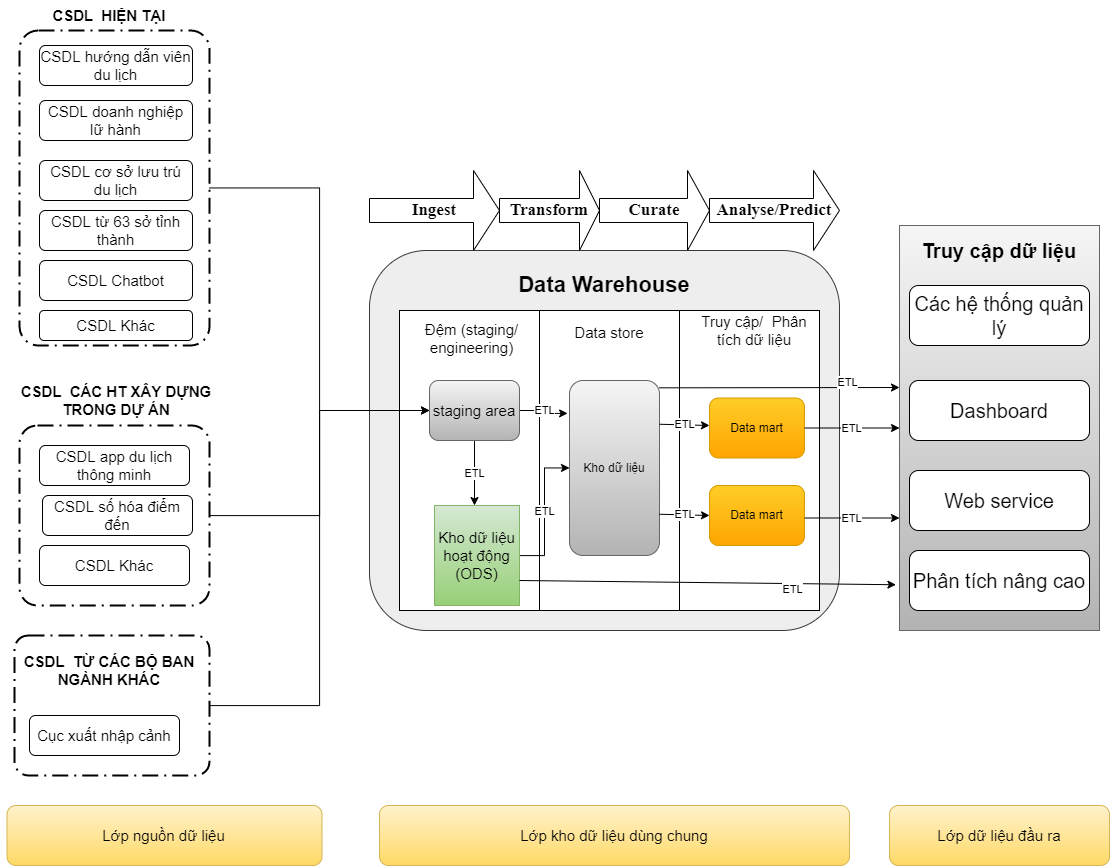
letheanh12345/Draw-io keeps this draw.io diagram as tcdl-KHO_TCDL.drawio.png. Above is the earlier version. Source tidied: cells renumbered, new cells last; positions are measured from the earlier drawing's top-left corner, leaving out a move shared by most shapes.
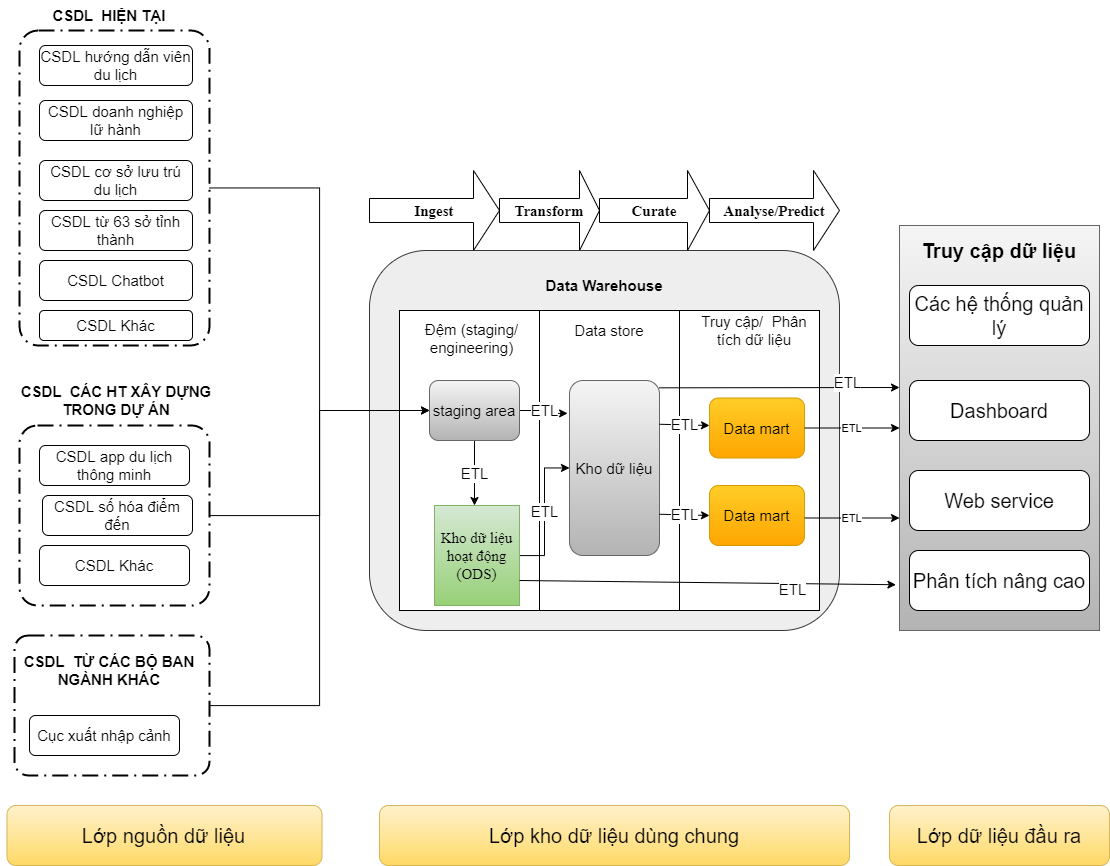
Above is the later version.

Change to the diagram source:
```diff
@@ -5,25 +5,25 @@
     <mxCell id="2" style="edgeStyle=orthogonalEdgeStyle;rounded=0;jettySize=auto;html=1;entryX=0;entryY=0.5;entryDx=0;entryDy=0;" parent="1" edge="1" source="3" target="41">
       <mxGeometry relative="1" as="geometry" />
     </mxCell>
-    <mxCell id="3" style="points=[[0.25,0,0],[0.5,0,0],[0.75,0,0],[1,0.25,0],[1,0.5,0],[1,0.75,0],[0.75,1,0],[0.5,1,0],[0.25,1,0],[0,0.75,0],[0,0.5,0],[0,0.25,0]];rounded=1;arcSize=10;dashed=1;strokeColor=#000000;fillColor=none;gradientColor=none;dashPattern=8 3 1 3;strokeWidth=2;fontStyle=1;fontSize=20;" parent="1" vertex="1">
+    <mxCell id="3" style="points=[[0.25,0,0],[0.5,0,0],[0.75,0,0],[1,0.25,0],[1,0.5,0],[1,0.75,0],[0.75,1,0],[0.5,1,0],[0.25,1,0],[0,0.75,0],[0,0.5,0],[0,0.25,0]];rounded=1;arcSize=10;dashed=1;strokeColor=#000000;fillColor=none;gradientColor=none;dashPattern=8 3 1 3;strokeWidth=2;fontStyle=1;fontSize=15;" parent="1" vertex="1">
       <mxGeometry x="18" y="30" width="190" height="315" as="geometry" />
     </mxCell>
-    <mxCell id="4" style="rounded=1;whiteSpace=wrap;html=1;fillColor=#eeeeee;strokeColor=#36393d;" parent="1" vertex="1">
+    <mxCell id="4" style="rounded=1;whiteSpace=wrap;html=1;fillColor=#eeeeee;strokeColor=#36393d;fontSize=15;" parent="1" vertex="1">
       <mxGeometry x="368" y="250" width="470" height="380" as="geometry" />
     </mxCell>
-    <mxCell id="5" value="&lt;font style=&quot;font-size: 22px&quot;&gt;&lt;b&gt;Data Warehouse&lt;/b&gt;&lt;/font&gt;" style="text;html=1;strokeColor=none;fillColor=none;align=center;verticalAlign=middle;whiteSpace=wrap;rounded=0;" parent="1" vertex="1">
+    <mxCell id="5" value="&lt;font style=&quot;font-size: 15px;&quot;&gt;&lt;b style=&quot;font-size: 15px;&quot;&gt;Data Warehouse&lt;/b&gt;&lt;/font&gt;" style="text;html=1;strokeColor=none;fillColor=none;align=center;verticalAlign=middle;whiteSpace=wrap;rounded=0;fontSize=15;" parent="1" vertex="1">
       <mxGeometry x="388" y="270" width="430" height="30" as="geometry" />
     </mxCell>
-    <mxCell id="6" value="&lt;b&gt;&lt;font style=&quot;font-size: 17px;&quot;&gt;Ingest&lt;/font&gt;&lt;/b&gt;" style="shape=singleArrow;whiteSpace=wrap;html=1;fontFamily=Times New Roman;fontSize=14;" parent="1" vertex="1">
+    <mxCell id="6" value="&lt;b style=&quot;font-size: 15px;&quot;&gt;&lt;font style=&quot;font-size: 15px;&quot;&gt;Ingest&lt;/font&gt;&lt;/b&gt;" style="shape=singleArrow;whiteSpace=wrap;html=1;fontFamily=Times New Roman;fontSize=15;" parent="1" vertex="1">
       <mxGeometry x="368" y="170" width="130" height="80" as="geometry" />
     </mxCell>
-    <mxCell id="7" value="&lt;b&gt;&lt;font style=&quot;font-size: 17px;&quot;&gt;Transform&lt;/font&gt;&lt;/b&gt;" style="shape=singleArrow;whiteSpace=wrap;html=1;fontFamily=Times New Roman;fontSize=14;" parent="1" vertex="1">
+    <mxCell id="7" value="&lt;b style=&quot;font-size: 15px;&quot;&gt;&lt;font style=&quot;font-size: 15px;&quot;&gt;Transform&lt;/font&gt;&lt;/b&gt;" style="shape=singleArrow;whiteSpace=wrap;html=1;fontFamily=Times New Roman;fontSize=15;" parent="1" vertex="1">
       <mxGeometry x="498" y="170" width="100" height="80" as="geometry" />
     </mxCell>
-    <mxCell id="8" value="&lt;b&gt;&lt;font style=&quot;font-size: 17px;&quot;&gt;Curate&lt;/font&gt;&lt;/b&gt;" style="shape=singleArrow;whiteSpace=wrap;html=1;fontFamily=Times New Roman;fontSize=14;" parent="1" vertex="1">
+    <mxCell id="8" value="&lt;b style=&quot;font-size: 15px;&quot;&gt;&lt;font style=&quot;font-size: 15px;&quot;&gt;Curate&lt;/font&gt;&lt;/b&gt;" style="shape=singleArrow;whiteSpace=wrap;html=1;fontFamily=Times New Roman;fontSize=15;" parent="1" vertex="1">
       <mxGeometry x="598" y="170" width="110" height="80" as="geometry" />
     </mxCell>
-    <mxCell id="9" value="&lt;b&gt;&lt;font style=&quot;font-size: 17px;&quot;&gt;Analyse/Predict&lt;/font&gt;&lt;/b&gt;" style="shape=singleArrow;whiteSpace=wrap;html=1;fontFamily=Times New Roman;fontSize=14;" parent="1" vertex="1">
+    <mxCell id="9" value="&lt;b style=&quot;font-size: 15px;&quot;&gt;&lt;font style=&quot;font-size: 15px;&quot;&gt;Analyse/Predict&lt;/font&gt;&lt;/b&gt;" style="shape=singleArrow;whiteSpace=wrap;html=1;fontFamily=Times New Roman;fontSize=15;" parent="1" vertex="1">
       <mxGeometry x="708" y="170" width="130" height="80" as="geometry" />
     </mxCell>
     <mxCell id="10" style="rounded=0;whiteSpace=wrap;html=1;fontSize=15;" parent="1" vertex="1">
@@ -32,10 +32,10 @@
     <mxCell id="11" value="Đệm (staging/ engineering)" style="text;html=1;strokeColor=none;fillColor=none;align=center;verticalAlign=middle;whiteSpace=wrap;rounded=0;fontSize=15;" parent="1" vertex="1">
       <mxGeometry x="403" y="315" width="135" height="45" as="geometry" />
     </mxCell>
-    <mxCell id="12" style="rounded=0;whiteSpace=wrap;html=1;fontSize=20;" parent="1" vertex="1">
+    <mxCell id="12" style="rounded=0;whiteSpace=wrap;html=1;fontSize=15;" parent="1" vertex="1">
       <mxGeometry x="538" y="310" width="140" height="300" as="geometry" />
     </mxCell>
-    <mxCell id="13" value="&lt;font style=&quot;font-size: 15px;&quot;&gt;Data store&lt;/font&gt;" style="text;html=1;strokeColor=none;fillColor=none;align=center;verticalAlign=middle;whiteSpace=wrap;rounded=0;fontSize=20;" parent="1" vertex="1">
+    <mxCell id="13" value="&lt;font style=&quot;font-size: 15px;&quot;&gt;Data store&lt;/font&gt;" style="text;html=1;strokeColor=none;fillColor=none;align=center;verticalAlign=middle;whiteSpace=wrap;rounded=0;fontSize=15;" parent="1" vertex="1">
       <mxGeometry x="548" y="315" width="120" height="30" as="geometry" />
     </mxCell>
     <mxCell id="14" style="rounded=0;whiteSpace=wrap;html=1;fontSize=15;" parent="1" vertex="1">
@@ -44,34 +44,34 @@
     <mxCell id="15" value="Truy cập/&amp;nbsp; Phân tích dữ liệu" style="text;html=1;strokeColor=none;fillColor=none;align=center;verticalAlign=middle;whiteSpace=wrap;rounded=0;fontSize=15;" parent="1" vertex="1">
       <mxGeometry x="688" y="315" width="130" height="30" as="geometry" />
     </mxCell>
-    <mxCell id="16" value="&lt;font style=&quot;font-size: 15px;&quot;&gt;CSDL hướng dẫn viên du lịch&lt;/font&gt;" style="rounded=1;whiteSpace=wrap;html=1;" parent="1" vertex="1">
+    <mxCell id="16" value="&lt;font style=&quot;font-size: 15px;&quot;&gt;CSDL hướng dẫn viên du lịch&lt;/font&gt;" style="rounded=1;whiteSpace=wrap;html=1;fontSize=15;" parent="1" vertex="1">
       <mxGeometry x="38" y="45" width="153" height="40" as="geometry" />
     </mxCell>
-    <mxCell id="17" value="&lt;font style=&quot;font-size: 15px;&quot;&gt;CSDL doanh nghiệp lữ hành&lt;/font&gt;" style="rounded=1;whiteSpace=wrap;html=1;" parent="1" vertex="1">
+    <mxCell id="17" value="&lt;font style=&quot;font-size: 15px;&quot;&gt;CSDL doanh nghiệp lữ hành&lt;/font&gt;" style="rounded=1;whiteSpace=wrap;html=1;fontSize=15;" parent="1" vertex="1">
       <mxGeometry x="38" y="100" width="153" height="40" as="geometry" />
     </mxCell>
-    <mxCell id="18" value="&lt;font style=&quot;font-size: 15px;&quot;&gt;CSDL Khác&lt;/font&gt;" style="rounded=1;whiteSpace=wrap;html=1;" parent="1" vertex="1">
+    <mxCell id="18" value="&lt;font style=&quot;font-size: 15px;&quot;&gt;CSDL Khác&lt;/font&gt;" style="rounded=1;whiteSpace=wrap;html=1;fontSize=15;" parent="1" vertex="1">
       <mxGeometry x="38" y="310" width="153" height="30" as="geometry" />
     </mxCell>
-    <mxCell id="19" value="&lt;font style=&quot;font-size: 15px;&quot;&gt;CSDL cơ sở lưu trú du lịch&lt;/font&gt;" style="rounded=1;whiteSpace=wrap;html=1;" parent="1" vertex="1">
+    <mxCell id="19" value="&lt;font style=&quot;font-size: 15px;&quot;&gt;CSDL cơ sở lưu trú du lịch&lt;/font&gt;" style="rounded=1;whiteSpace=wrap;html=1;fontSize=15;" parent="1" vertex="1">
       <mxGeometry x="38" y="160" width="153" height="40" as="geometry" />
     </mxCell>
-    <mxCell id="20" value="&lt;font style=&quot;font-size: 15px;&quot;&gt;CSDL Chatbot&lt;/font&gt;" style="rounded=1;whiteSpace=wrap;html=1;" parent="1" vertex="1">
+    <mxCell id="20" value="&lt;font style=&quot;font-size: 15px;&quot;&gt;CSDL Chatbot&lt;/font&gt;" style="rounded=1;whiteSpace=wrap;html=1;fontSize=15;" parent="1" vertex="1">
       <mxGeometry x="38" y="260" width="153" height="40" as="geometry" />
     </mxCell>
-    <mxCell id="21" value="&lt;font style=&quot;font-size: 15px;&quot;&gt;CSDL từ 63 sở tỉnh thành&lt;/font&gt;" style="rounded=1;whiteSpace=wrap;html=1;" parent="1" vertex="1">
+    <mxCell id="21" value="&lt;font style=&quot;font-size: 15px;&quot;&gt;CSDL từ 63 sở tỉnh thành&lt;/font&gt;" style="rounded=1;whiteSpace=wrap;html=1;fontSize=15;" parent="1" vertex="1">
       <mxGeometry x="38" y="210" width="153" height="40" as="geometry" />
     </mxCell>
     <mxCell id="22" style="edgeStyle=orthogonalEdgeStyle;rounded=0;jettySize=auto;html=1;entryX=0;entryY=0.5;entryDx=0;entryDy=0;" parent="1" edge="1" source="23" target="41">
       <mxGeometry relative="1" as="geometry" />
     </mxCell>
-    <mxCell id="23" style="points=[[0.25,0,0],[0.5,0,0],[0.75,0,0],[1,0.25,0],[1,0.5,0],[1,0.75,0],[0.75,1,0],[0.5,1,0],[0.25,1,0],[0,0.75,0],[0,0.5,0],[0,0.25,0]];rounded=1;arcSize=10;dashed=1;strokeColor=#000000;fillColor=none;gradientColor=none;dashPattern=8 3 1 3;strokeWidth=2;fontStyle=1;fontSize=20;" parent="1" vertex="1">
+    <mxCell id="23" style="points=[[0.25,0,0],[0.5,0,0],[0.75,0,0],[1,0.25,0],[1,0.5,0],[1,0.75,0],[0.75,1,0],[0.5,1,0],[0.25,1,0],[0,0.75,0],[0,0.5,0],[0,0.25,0]];rounded=1;arcSize=10;dashed=1;strokeColor=#000000;fillColor=none;gradientColor=none;dashPattern=8 3 1 3;strokeWidth=2;fontStyle=1;fontSize=15;" parent="1" vertex="1">
       <mxGeometry x="18" y="425" width="190" height="180" as="geometry" />
     </mxCell>
-    <mxCell id="24" value="&lt;b&gt;&lt;font style=&quot;font-size: 15px;&quot;&gt;CSDL&amp;nbsp; HIỆN TẠI&lt;/font&gt;&lt;/b&gt;" style="text;html=1;strokeColor=none;fillColor=none;align=center;verticalAlign=middle;whiteSpace=wrap;rounded=0;" parent="1" vertex="1">
+    <mxCell id="24" value="&lt;b style=&quot;font-size: 15px;&quot;&gt;&lt;font style=&quot;font-size: 15px;&quot;&gt;CSDL&amp;nbsp; HIỆN TẠI&lt;/font&gt;&lt;/b&gt;" style="text;html=1;strokeColor=none;fillColor=none;align=center;verticalAlign=middle;whiteSpace=wrap;rounded=0;fontSize=15;" parent="1" vertex="1">
       <mxGeometry x="48" width="120" height="30" as="geometry" />
     </mxCell>
-    <mxCell id="25" value="&lt;b&gt;&lt;font style=&quot;font-size: 15px;&quot;&gt;CSDL&amp;nbsp; CÁC HT XÂY DỰNG TRONG DỰ ÁN&lt;/font&gt;&lt;/b&gt;" style="text;html=1;strokeColor=none;fillColor=none;align=center;verticalAlign=middle;whiteSpace=wrap;rounded=0;" parent="1" vertex="1">
+    <mxCell id="25" value="&lt;b style=&quot;font-size: 15px;&quot;&gt;&lt;font style=&quot;font-size: 15px;&quot;&gt;CSDL&amp;nbsp; CÁC HT XÂY DỰNG TRONG DỰ ÁN&lt;/font&gt;&lt;/b&gt;" style="text;html=1;strokeColor=none;fillColor=none;align=center;verticalAlign=middle;whiteSpace=wrap;rounded=0;fontSize=15;" parent="1" vertex="1">
       <mxGeometry x="-0.5" y="385" width="230" height="30" as="geometry" />
     </mxCell>
     <mxCell id="26" value="CSDL app du lịch thông minh" style="rounded=1;whiteSpace=wrap;html=1;fontSize=15;" parent="1" vertex="1">
@@ -86,10 +86,10 @@
     <mxCell id="29" style="edgeStyle=orthogonalEdgeStyle;rounded=0;jettySize=auto;html=1;entryX=0;entryY=0.5;entryDx=0;entryDy=0;" parent="1" edge="1" source="30" target="41">
       <mxGeometry relative="1" as="geometry" />
     </mxCell>
-    <mxCell id="30" style="points=[[0.25,0,0],[0.5,0,0],[0.75,0,0],[1,0.25,0],[1,0.5,0],[1,0.75,0],[0.75,1,0],[0.5,1,0],[0.25,1,0],[0,0.75,0],[0,0.5,0],[0,0.25,0]];rounded=1;arcSize=10;dashed=1;strokeColor=#000000;fillColor=none;gradientColor=none;dashPattern=8 3 1 3;strokeWidth=2;fontStyle=1;fontSize=20;" parent="1" vertex="1">
+    <mxCell id="30" style="points=[[0.25,0,0],[0.5,0,0],[0.75,0,0],[1,0.25,0],[1,0.5,0],[1,0.75,0],[0.75,1,0],[0.5,1,0],[0.25,1,0],[0,0.75,0],[0,0.5,0],[0,0.25,0]];rounded=1;arcSize=10;dashed=1;strokeColor=#000000;fillColor=none;gradientColor=none;dashPattern=8 3 1 3;strokeWidth=2;fontStyle=1;fontSize=15;" parent="1" vertex="1">
       <mxGeometry x="13" y="635" width="195" height="140" as="geometry" />
     </mxCell>
-    <mxCell id="31" value="&lt;b&gt;&lt;font style=&quot;font-size: 15px;&quot;&gt;CSDL&amp;nbsp; TỪ CÁC BỘ BAN NGÀNH KHÁC&lt;/font&gt;&lt;/b&gt;" style="text;html=1;strokeColor=none;fillColor=none;align=center;verticalAlign=middle;whiteSpace=wrap;rounded=0;" parent="1" vertex="1">
+    <mxCell id="31" value="&lt;b style=&quot;font-size: 15px;&quot;&gt;&lt;font style=&quot;font-size: 15px;&quot;&gt;CSDL&amp;nbsp; TỪ CÁC BỘ BAN NGÀNH KHÁC&lt;/font&gt;&lt;/b&gt;" style="text;html=1;strokeColor=none;fillColor=none;align=center;verticalAlign=middle;whiteSpace=wrap;rounded=0;fontSize=15;" parent="1" vertex="1">
       <mxGeometry x="18" y="655" width="180" height="30" as="geometry" />
     </mxCell>
     <mxCell id="32" value="Cục xuất nhập cảnh" style="rounded=1;whiteSpace=wrap;html=1;fontSize=15;" parent="1" vertex="1">
@@ -113,38 +113,38 @@
     <mxCell id="38" value="Phân tích nâng cao" style="rounded=1;whiteSpace=wrap;html=1;fontSize=20;" parent="1" vertex="1">
       <mxGeometry x="908" y="550" width="180" height="60" as="geometry" />
     </mxCell>
-    <mxCell id="39" value="ETL" style="edgeStyle=orthogonalEdgeStyle;rounded=0;jettySize=auto;html=1;entryX=0.5;entryY=0;entryDx=0;entryDy=0;" parent="1" edge="1" source="41">
+    <mxCell id="39" value="ETL" style="edgeStyle=orthogonalEdgeStyle;rounded=0;jettySize=auto;html=1;entryX=0.5;entryY=0;entryDx=0;entryDy=0;fontSize=15;" parent="1" edge="1" source="41">
       <mxGeometry relative="1" as="geometry">
         <mxPoint x="473" y="505" as="targetPoint" />
       </mxGeometry>
     </mxCell>
-    <mxCell id="40" value="ETL" style="edgeStyle=orthogonalEdgeStyle;rounded=0;jettySize=auto;html=1;entryX=-0.021;entryY=0.188;entryDx=0;entryDy=0;entryPerimeter=0;" parent="1" edge="1" source="41" target="42">
+    <mxCell id="40" value="ETL" style="edgeStyle=orthogonalEdgeStyle;rounded=0;jettySize=auto;html=1;entryX=-0.021;entryY=0.188;entryDx=0;entryDy=0;entryPerimeter=0;fontSize=15;" parent="1" edge="1" source="41" target="42">
       <mxGeometry relative="1" as="geometry" />
     </mxCell>
-    <mxCell id="41" value="&lt;span style=&quot;font-size: 15px;&quot;&gt;staging area&lt;/span&gt;" style="rounded=1;whiteSpace=wrap;html=1;fillColor=#f5f5f5;gradientColor=#b3b3b3;strokeColor=#666666;" parent="1" vertex="1">
+    <mxCell id="41" value="&lt;span style=&quot;font-size: 15px;&quot;&gt;staging area&lt;/span&gt;" style="rounded=1;whiteSpace=wrap;html=1;fillColor=#f5f5f5;gradientColor=#b3b3b3;strokeColor=#666666;fontSize=15;" parent="1" vertex="1">
       <mxGeometry x="428" y="380" width="90" height="60" as="geometry" />
     </mxCell>
-    <mxCell id="42" value="Kho dữ liệu" style="rounded=1;whiteSpace=wrap;html=1;fillColor=#f5f5f5;gradientColor=#b3b3b3;strokeColor=#666666;" parent="1" vertex="1">
+    <mxCell id="42" value="Kho dữ liệu" style="rounded=1;whiteSpace=wrap;html=1;fillColor=#f5f5f5;gradientColor=#b3b3b3;strokeColor=#666666;fontSize=15;" parent="1" vertex="1">
       <mxGeometry x="568" y="380" width="90" height="175" as="geometry" />
     </mxCell>
-    <mxCell id="43" value="ETL" style="edgeStyle=orthogonalEdgeStyle;rounded=0;jettySize=auto;html=1;" parent="1" edge="1" source="44" target="42">
+    <mxCell id="43" value="ETL" style="edgeStyle=orthogonalEdgeStyle;rounded=0;jettySize=auto;html=1;fontSize=15;" parent="1" edge="1" source="44" target="42">
       <mxGeometry relative="1" as="geometry" />
     </mxCell>
-    <mxCell id="44" value="&lt;span style=&quot;font-size:14.0pt;font-family:&amp;quot;Times New Roman&amp;quot;,serif;&lt;br/&gt;mso-fareast-font-family:&amp;quot;Times New Roman&amp;quot;;mso-ansi-language:EN-US;mso-fareast-language:&lt;br/&gt;EN-US;mso-bidi-language:AR-SA&quot;&gt;Kho dữ liệu hoạt động (ODS)&lt;/span&gt;" style="rounded=0;whiteSpace=wrap;html=1;fontSize=15;fillColor=#d5e8d4;gradientColor=#97d077;strokeColor=#82b366;" parent="1" vertex="1">
+    <mxCell id="44" value="&lt;span style=&quot;font-size: 15px; font-family: &amp;quot;Times New Roman&amp;quot;, serif;&quot;&gt;Kho dữ liệu hoạt động (ODS)&lt;/span&gt;" style="rounded=0;whiteSpace=wrap;html=1;fontSize=15;fillColor=#d5e8d4;gradientColor=#97d077;strokeColor=#82b366;" parent="1" vertex="1">
       <mxGeometry x="433" y="505" width="85" height="100" as="geometry" />
     </mxCell>
-    <mxCell id="45" value="Data mart" style="rounded=1;whiteSpace=wrap;html=1;fillColor=#ffcd28;gradientColor=#ffa500;strokeColor=#d79b00;" parent="1" vertex="1">
+    <mxCell id="45" value="Data mart" style="rounded=1;whiteSpace=wrap;html=1;fillColor=#ffcd28;gradientColor=#ffa500;strokeColor=#d79b00;fontSize=15;" parent="1" vertex="1">
       <mxGeometry x="708" y="397.5" width="95" height="60" as="geometry" />
     </mxCell>
-    <mxCell id="46" value="Data mart" style="rounded=1;whiteSpace=wrap;html=1;fillColor=#ffcd28;gradientColor=#ffa500;strokeColor=#d79b00;" parent="1" vertex="1">
+    <mxCell id="46" value="Data mart" style="rounded=1;whiteSpace=wrap;html=1;fillColor=#ffcd28;gradientColor=#ffa500;strokeColor=#d79b00;fontSize=15;" parent="1" vertex="1">
       <mxGeometry x="708" y="485" width="95" height="60" as="geometry" />
     </mxCell>
-    <mxCell id="47" value="ETL" style="endArrow=classic;html=1;rounded=0;exitX=1;exitY=0.25;exitDx=0;exitDy=0;" parent="1" edge="1" source="42">
+    <mxCell id="47" value="ETL" style="endArrow=classic;html=1;rounded=0;exitX=1;exitY=0.25;exitDx=0;exitDy=0;fontSize=15;" parent="1" edge="1" source="42">
       <mxGeometry relative="1" as="geometry">
         <mxPoint x="708" y="425" as="targetPoint" />
       </mxGeometry>
     </mxCell>
-    <mxCell id="48" value="ETL" style="endArrow=classic;html=1;rounded=0;exitX=1;exitY=0.25;exitDx=0;exitDy=0;" parent="1" edge="1">
+    <mxCell id="48" value="ETL" style="endArrow=classic;html=1;rounded=0;exitX=1;exitY=0.25;exitDx=0;exitDy=0;fontSize=15;" parent="1" edge="1">
       <mxGeometry relative="1" as="geometry">
         <mxPoint x="658" y="513.8" as="sourcePoint" />
         <mxPoint x="708" y="515" as="targetPoint" />
@@ -156,7 +156,7 @@
         <mxPoint x="898" y="387" as="targetPoint" />
       </mxGeometry>
     </mxCell>
-    <mxCell id="50" value="ETL" style="edgeLabel;html=1;align=center;verticalAlign=middle;" parent="49" vertex="1">
+    <mxCell id="50" value="ETL" style="edgeLabel;html=1;align=center;verticalAlign=middle;fontSize=15;" parent="49" vertex="1">
       <mxGeometry x="0.56" y="6" relative="1" as="geometry" />
     </mxCell>
     <mxCell id="51" value="ETL" style="endArrow=classic;html=1;rounded=0;entryX=0;entryY=0.5;entryDx=0;entryDy=0;exitX=1;exitY=0.5;exitDx=0;exitDy=0;" parent="1" edge="1" source="45" target="33">
@@ -171,18 +171,18 @@
     <mxCell id="53" style="endArrow=classic;html=1;rounded=0;exitX=1;exitY=0.75;exitDx=0;exitDy=0;entryX=-0.018;entryY=0.887;entryDx=0;entryDy=0;entryPerimeter=0;" parent="1" edge="1" source="44" target="33">
       <mxGeometry relative="1" as="geometry" />
     </mxCell>
-    <mxCell id="54" value="ETL" style="edgeLabel;html=1;align=center;verticalAlign=middle;" parent="53" vertex="1">
+    <mxCell id="54" value="ETL" style="edgeLabel;html=1;align=center;verticalAlign=middle;fontSize=15;" parent="53" vertex="1">
       <mxGeometry x="0.45" y="-5" relative="1" as="geometry">
         <mxPoint x="-1" as="offset" />
       </mxGeometry>
     </mxCell>
-    <mxCell id="55" value="Lớp nguồn dữ liệu" style="rounded=1;whiteSpace=wrap;html=1;fontSize=15;fillColor=#fff2cc;gradientColor=#ffd966;strokeColor=#d6b656;" parent="1" vertex="1">
+    <mxCell id="55" value="Lớp nguồn dữ liệu" style="rounded=1;whiteSpace=wrap;html=1;fontSize=20;fillColor=#fff2cc;gradientColor=#ffd966;strokeColor=#d6b656;" parent="1" vertex="1">
       <mxGeometry x="5.5" y="805" width="315" height="60" as="geometry" />
     </mxCell>
-    <mxCell id="56" value="Lớp kho dữ liệu dùng chung" style="rounded=1;whiteSpace=wrap;html=1;fontSize=15;fillColor=#fff2cc;gradientColor=#ffd966;strokeColor=#d6b656;" parent="1" vertex="1">
+    <mxCell id="56" value="Lớp kho dữ liệu dùng chung" style="rounded=1;whiteSpace=wrap;html=1;fontSize=20;fillColor=#fff2cc;gradientColor=#ffd966;strokeColor=#d6b656;" parent="1" vertex="1">
       <mxGeometry x="378" y="805" width="470" height="60" as="geometry" />
     </mxCell>
-    <mxCell id="57" value="Lớp dữ liệu đầu ra" style="rounded=1;whiteSpace=wrap;html=1;fontSize=15;fillColor=#fff2cc;gradientColor=#ffd966;strokeColor=#d6b656;" parent="1" vertex="1">
+    <mxCell id="57" value="Lớp dữ liệu đầu ra" style="rounded=1;whiteSpace=wrap;html=1;fontSize=20;fillColor=#fff2cc;gradientColor=#ffd966;strokeColor=#d6b656;" parent="1" vertex="1">
       <mxGeometry x="888" y="805" width="220" height="60" as="geometry" />
     </mxCell>
   </root>
```
